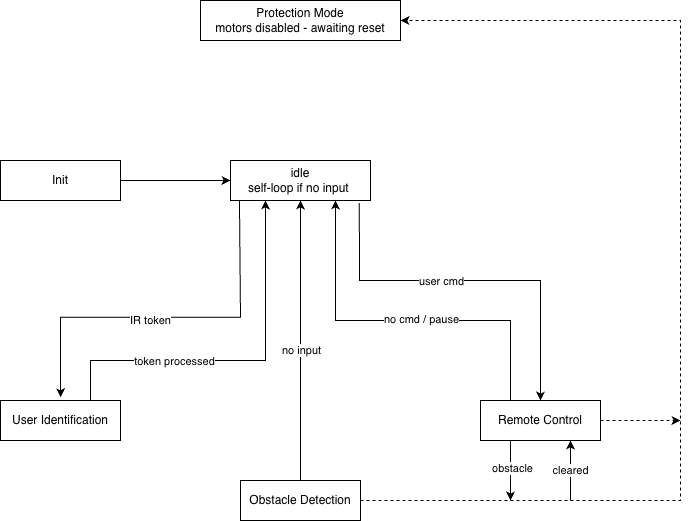
Before: flowcharts/state_transition_new.drawio.png, a diagram exported from draw.io (bryanli-ucl/AIPS). Source tidied: cells renumbered, new cells last; positions are measured from the earlier drawing's top-left corner, leaving out a move shared by most shapes.
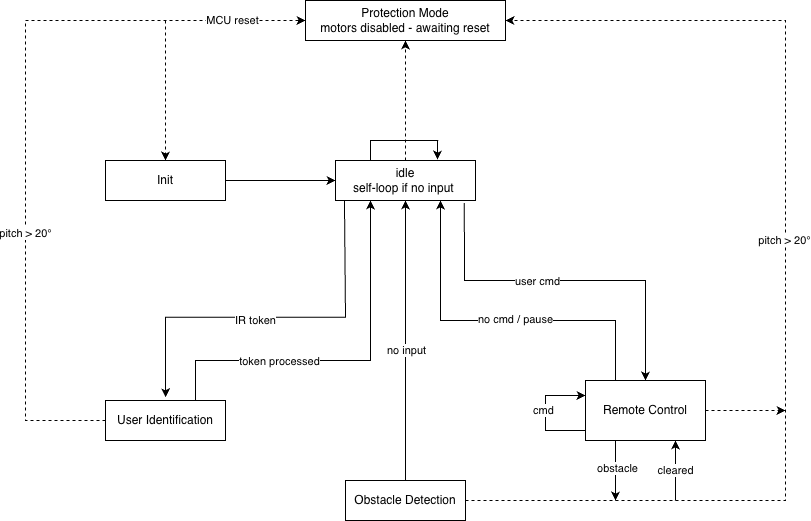
After the commit.

What changed in the source:
```diff
@@ -5,6 +5,17 @@
     <mxCell id="2" value="Protection Mode&lt;div&gt;motors disabled - awaiting reset&lt;/div&gt;" style="rounded=0;whiteSpace=wrap;html=1;" parent="1" vertex="1">
       <mxGeometry x="200" width="200" height="40" as="geometry" />
     </mxCell>
+    <mxCell id="24" style="edgeStyle=orthogonalEdgeStyle;rounded=0;orthogonalLoop=1;jettySize=auto;html=1;exitX=0.25;exitY=0;exitDx=0;exitDy=0;entryX=0.729;entryY=-0.021;entryDx=0;entryDy=0;entryPerimeter=0;" parent="1" edge="1" source="3" target="3">
+      <mxGeometry relative="1" as="geometry">
+        <Array as="points">
+          <mxPoint x="265" y="140" />
+          <mxPoint x="332" y="140" />
+        </Array>
+      </mxGeometry>
+    </mxCell>
+    <mxCell id="25" style="edgeStyle=orthogonalEdgeStyle;rounded=0;jettySize=auto;html=1;exitX=0.5;exitY=0;exitDx=0;exitDy=0;entryX=0.5;entryY=1;entryDx=0;entryDy=0;dashed=1;" parent="1" edge="1" source="3" target="2">
+      <mxGeometry relative="1" as="geometry" />
+    </mxCell>
     <mxCell id="3" value="idle&lt;br&gt;self-loop if no input&amp;nbsp;" style="rounded=0;whiteSpace=wrap;html=1;" parent="1" vertex="1">
       <mxGeometry x="230" y="160" width="140" height="40" as="geometry" />
     </mxCell>
@@ -14,6 +25,22 @@
     <mxCell id="5" value="Init" style="rounded=0;whiteSpace=wrap;html=1;" parent="1" vertex="1">
       <mxGeometry y="160" width="120" height="40" as="geometry" />
     </mxCell>
+    <mxCell id="26" style="edgeStyle=orthogonalEdgeStyle;rounded=0;jettySize=auto;html=1;entryX=0;entryY=0.5;entryDx=0;entryDy=0;dashed=1;" parent="1" edge="1" source="6" target="2">
+      <mxGeometry relative="1" as="geometry">
+        <Array as="points">
+          <mxPoint x="-80" y="420" />
+          <mxPoint x="-80" y="20" />
+        </Array>
+      </mxGeometry>
+    </mxCell>
+    <mxCell id="27" value="pitch &amp;gt;&amp;nbsp;&lt;span style=&quot;background-color: light-dark(#ffffff, var(--ge-dark-color, #121212)); color: light-dark(rgb(0, 0, 0), rgb(255, 255, 255));&quot;&gt;20°&lt;/span&gt;" style="edgeLabel;html=1;align=center;verticalAlign=middle;" parent="26" vertex="1">
+      <mxGeometry x="-0.3" relative="1" as="geometry" />
+    </mxCell>
+    <mxCell id="28" value="MCU reset" style="edgeLabel;html=1;align=center;verticalAlign=middle;" parent="26" vertex="1">
+      <mxGeometry x="0.81" y="3" relative="1" as="geometry">
+        <mxPoint y="3" as="offset" />
+      </mxGeometry>
+    </mxCell>
     <mxCell id="6" value="User Identification" style="rounded=0;whiteSpace=wrap;html=1;" parent="1" vertex="1">
       <mxGeometry y="400" width="120" height="40" as="geometry" />
     </mxCell>
@@ -28,8 +55,27 @@
     <mxCell id="8" value="no cmd / pause" style="edgeLabel;html=1;align=center;verticalAlign=middle;" parent="7" vertex="1">
       <mxGeometry x="-0.1" y="-1" relative="1" as="geometry" />
     </mxCell>
+    <mxCell id="29" style="edgeStyle=orthogonalEdgeStyle;rounded=0;orthogonalLoop=1;jettySize=auto;html=1;exitX=0;exitY=0.75;exitDx=0;exitDy=0;entryX=0;entryY=0.25;entryDx=0;entryDy=0;" parent="1" edge="1" source="9" target="9">
+      <mxGeometry relative="1" as="geometry">
+        <Array as="points">
+          <mxPoint x="480" y="430" />
+          <mxPoint x="440" y="430" />
+          <mxPoint x="440" y="395" />
+        </Array>
+      </mxGeometry>
+    </mxCell>
+    <mxCell id="30" value="cmd" style="edgeLabel;html=1;align=center;verticalAlign=middle;" parent="29" vertex="1">
+      <mxGeometry x="-0.06" y="2" relative="1" as="geometry">
+        <mxPoint y="-9" as="offset" />
+      </mxGeometry>
+    </mxCell>
+    <mxCell id="31" style="edgeStyle=orthogonalEdgeStyle;rounded=0;jettySize=auto;html=1;exitX=0.5;exitY=0;exitDx=0;exitDy=0;" parent="1" edge="1" source="9">
+      <mxGeometry relative="1" as="geometry">
+        <mxPoint x="540.3" y="380" as="targetPoint" />
+      </mxGeometry>
+    </mxCell>
     <mxCell id="9" value="Remote Control" style="rounded=0;whiteSpace=wrap;html=1;" parent="1" vertex="1">
-      <mxGeometry x="480" y="400" width="120" height="40" as="geometry" />
+      <mxGeometry x="480" y="380" width="120" height="60" as="geometry" />
     </mxCell>
     <mxCell id="10" value="Obstacle Detection" style="rounded=0;whiteSpace=wrap;html=1;" parent="1" vertex="1">
       <mxGeometry x="240" y="480" width="120" height="40" as="geometry" />
@@ -72,6 +118,11 @@
         </Array>
       </mxGeometry>
     </mxCell>
+    <mxCell id="32" value="pitch &amp;gt;&amp;nbsp;&lt;span style=&quot;background-color: light-dark(#ffffff, var(--ge-dark-color, #121212)); color: light-dark(rgb(0, 0, 0), rgb(255, 255, 255));&quot;&gt;20°&lt;/span&gt;" style="edgeLabel;html=1;align=center;verticalAlign=middle;" parent="17" vertex="1">
+      <mxGeometry x="-0.06" y="1" relative="1" as="geometry">
+        <mxPoint y="-74" as="offset" />
+      </mxGeometry>
+    </mxCell>
     <mxCell id="18" style="endArrow=classic;html=1;rounded=0;exitX=0.25;exitY=1;exitDx=0;exitDy=0;" parent="1" edge="1" source="9">
       <mxGeometry relative="1" as="geometry">
         <mxPoint x="510" y="500" as="targetPoint" />
@@ -87,7 +138,10 @@
     </mxCell>
     <mxCell id="21" style="endArrow=classic;html=1;rounded=0;exitX=1;exitY=0.5;exitDx=0;exitDy=0;dashed=1;" parent="1" edge="1" source="9">
       <mxGeometry relative="1" as="geometry">
-        <mxPoint x="680" y="420" as="targetPoint" />
+        <mxPoint x="680" y="410" as="targetPoint" />
+        <Array as="points">
+          <mxPoint x="670" y="410" />
+        </Array>
       </mxGeometry>
     </mxCell>
     <mxCell id="22" style="endArrow=classic;html=1;rounded=0;exitX=0.92;exitY=1.063;exitDx=0;exitDy=0;exitPerimeter=0;entryX=0.5;entryY=0;entryDx=0;entryDy=0;" parent="1" edge="1" source="3" target="9">
@@ -101,5 +155,10 @@
     <mxCell id="23" value="user cmd" style="edgeLabel;html=1;align=center;verticalAlign=middle;" parent="22" vertex="1">
       <mxGeometry x="-0.16" y="-1" relative="1" as="geometry" />
     </mxCell>
+    <mxCell id="33" style="endArrow=classic;html=1;rounded=0;dashed=1;" parent="1" edge="1" target="5">
+      <mxGeometry relative="1" as="geometry">
+        <mxPoint x="60" y="20" as="sourcePoint" />
+      </mxGeometry>
+    </mxCell>
   </root>
 </mxGraphModel>
```
